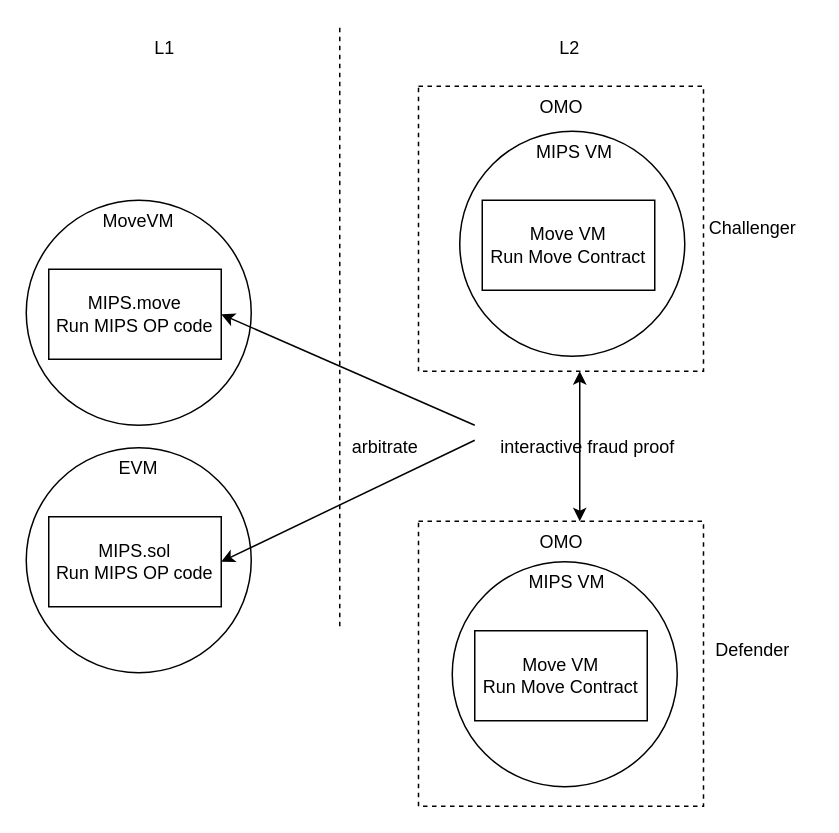
rooch-network/rooch-network.github.io keeps this draw.io diagram as page "omo" (6 of 11) of static/diagram/rooch.drawio. Above is the earlier version. Source tidied: cells renumbered, new cells numbered last; positions are measured from the earlier drawing's top-left corner, leaving out a move shared by most shapes. Both pictures are drawn from the tidied source at 150%, with x=0, y=0 at pixel (26, 26).
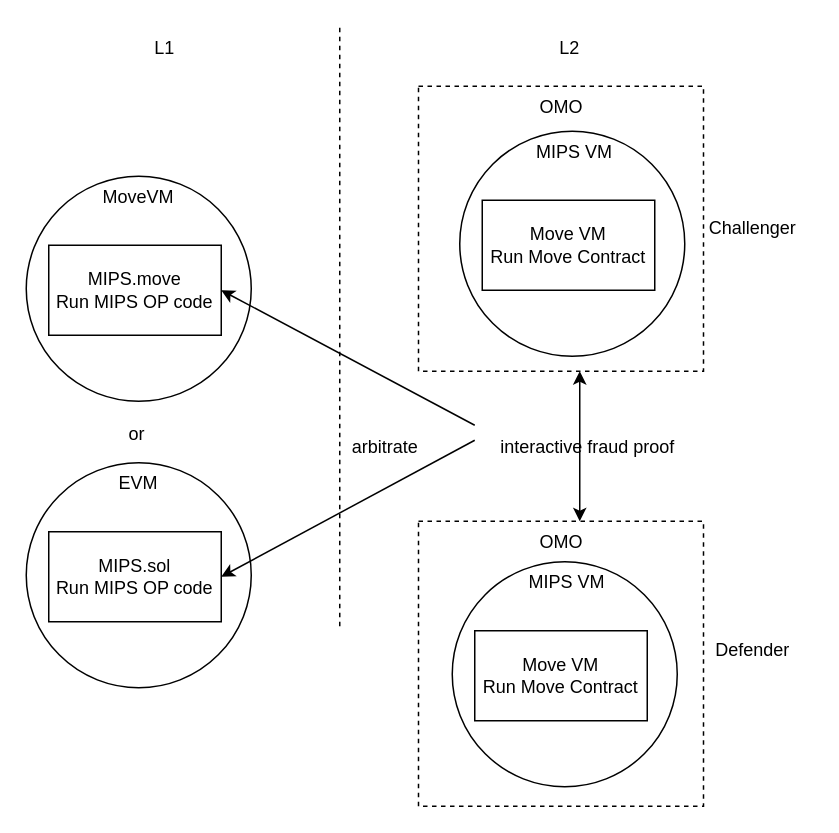
The same page after the edit.

Diff of the diagram source:
```diff
@@
     <mxCell id="4" value="MoveVM" style="ellipse;whiteSpace=wrap;html=1;verticalAlign=top;" parent="1" vertex="1">
-      <mxGeometry y="116" width="150" height="150" as="geometry" />
+      <mxGeometry y="100" width="150" height="150" as="geometry" />
     </mxCell>
     <mxCell id="5" value="MIPS.move&lt;br&gt;Run MIPS OP code" style="rounded=0;whiteSpace=wrap;html=1;" parent="1" vertex="1">
-      <mxGeometry x="15" y="162" width="115" height="60" as="geometry" />
+      <mxGeometry x="15" y="146" width="115" height="60" as="geometry" />
     </mxCell>
@@
     <mxCell id="19" value="EVM" style="ellipse;whiteSpace=wrap;html=1;verticalAlign=top;" parent="1" vertex="1">
-      <mxGeometry y="281" width="150" height="150" as="geometry" />
+      <mxGeometry y="291" width="150" height="150" as="geometry" />
     </mxCell>
     <mxCell id="20" value="MIPS.sol&lt;br&gt;Run MIPS OP code" style="rounded=0;whiteSpace=wrap;html=1;" parent="1" vertex="1">
-      <mxGeometry x="15" y="327" width="115" height="60" as="geometry" />
+      <mxGeometry x="15" y="337" width="115" height="60" as="geometry" />
     </mxCell>
@@
+    <mxCell id="22" value="or" style="text;html=1;strokeColor=none;fillColor=none;align=center;verticalAlign=middle;whiteSpace=wrap;rounded=0;" parent="1" vertex="1">
+      <mxGeometry x="43.5" y="257" width="60" height="30" as="geometry" />
+    </mxCell>
```
